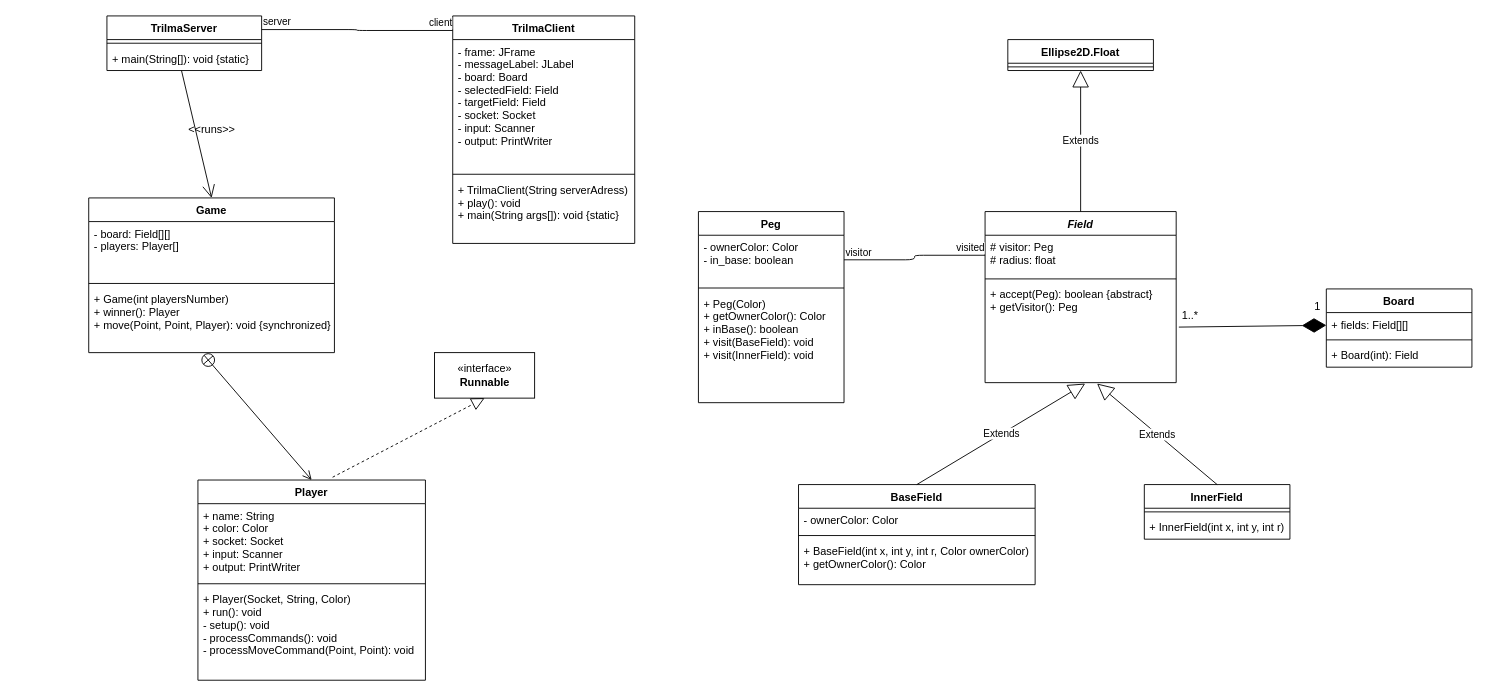
Chelkos/TP_L4-chinese-checkers keeps this draw.io diagram as class_diagram.drawio. Above is the earlier version. Source tidied: cells renumbered, new cells numbered last; positions are measured from the earlier drawing's top-left corner, leaving out a move shared by most shapes. Both pictures are drawn from the tidied source at 91%, with x=0, y=0 at pixel (88, 15).
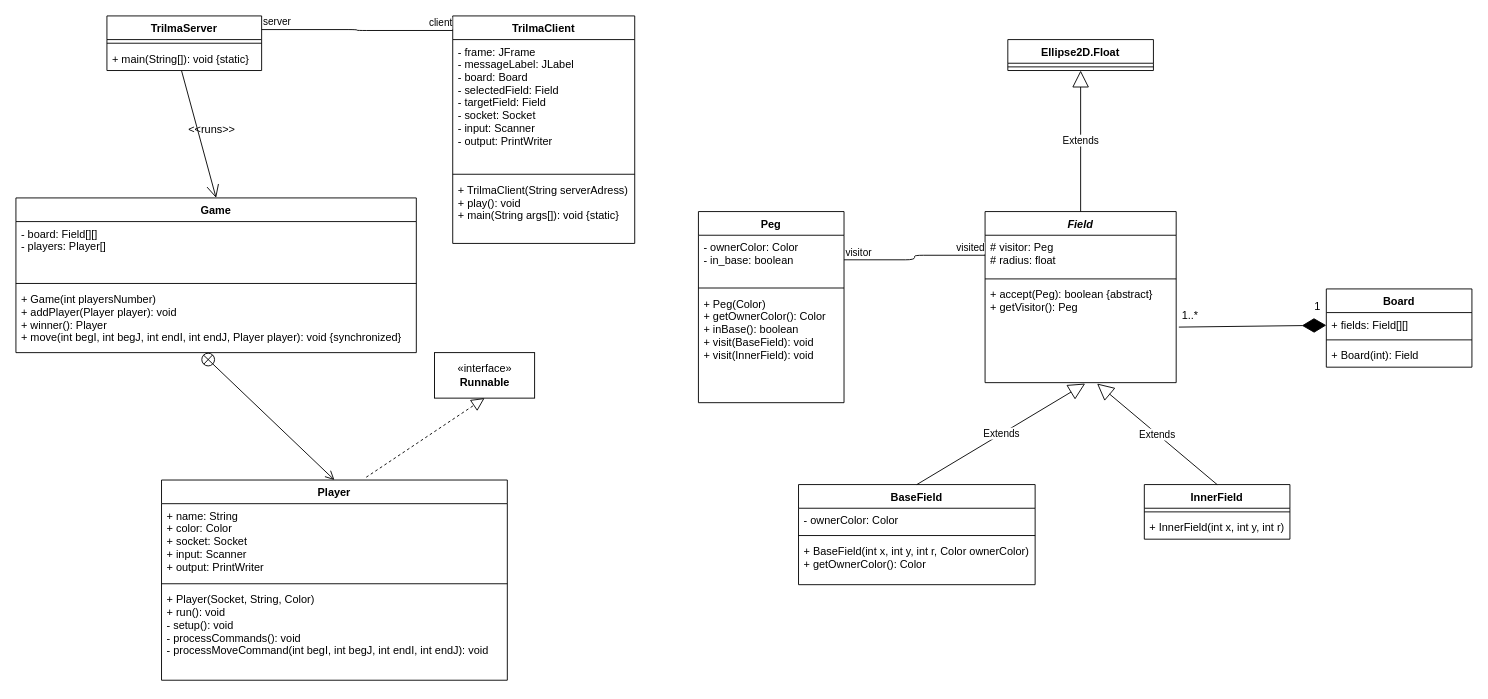
Above is the later version.

Commit message:
Minor changes in Game, Player

The edit, as a diff of the source:
```diff
@@
     <mxCell id="12" value="Player" style="swimlane;fontStyle=1;align=center;verticalAlign=top;horizontal=1;startSize=26;" parent="1" vertex="1">
-      <mxGeometry x="120" y="510" width="250" height="220" as="geometry" />
+      <mxGeometry x="80" y="510" width="380" height="220" as="geometry" />
     </mxCell>
     <mxCell id="13" value="+ name: String&#10;+ color: Color&#10;+ socket: Socket&#10;+ input: Scanner&#10;+ output: PrintWriter" style="text;strokeColor=none;fillColor=none;align=left;verticalAlign=top;spacingLeft=4;spacingRight=4;overflow=hidden;" parent="12" vertex="1">
-      <mxGeometry y="26" width="250" height="84" as="geometry" />
+      <mxGeometry y="26" width="380" height="84" as="geometry" />
     </mxCell>
     <mxCell id="14" style="line;strokeWidth=1;fillColor=none;align=left;verticalAlign=middle;spacingTop=-1;spacingLeft=3;spacingRight=3;labelPosition=right;" parent="12" vertex="1">
-      <mxGeometry y="110" width="250" height="8" as="geometry" />
+      <mxGeometry y="110" width="380" height="8" as="geometry" />
     </mxCell>
-    <mxCell id="15" value="+ Player(Socket, String, Color)&#10;+ run(): void&#10;- setup(): void&#10;- processCommands(): void&#10;- processMoveCommand(Point, Point): void" style="text;strokeColor=none;fillColor=none;align=left;verticalAlign=top;spacingLeft=4;spacingRight=4;overflow=hidden;" parent="12" vertex="1">
-      <mxGeometry y="118" width="250" height="102" as="geometry" />
+    <mxCell id="15" value="+ Player(Socket, String, Color)&#10;+ run(): void&#10;- setup(): void&#10;- processCommands(): void&#10;- processMoveCommand(int begI, int begJ, int endI, int endJ): void" style="text;strokeColor=none;fillColor=none;align=left;verticalAlign=top;spacingLeft=4;spacingRight=4;overflow=hidden;" parent="12" vertex="1">
+      <mxGeometry y="118" width="380" height="102" as="geometry" />
     </mxCell>
@@
     <mxCell id="36" value="Game" style="swimlane;fontStyle=1;align=center;verticalAlign=top;horizontal=1;startSize=26;" parent="1" vertex="1">
-      <mxGeometry y="200" width="270" height="170" as="geometry" />
+      <mxGeometry x="-80" y="200" width="440" height="170" as="geometry" />
     </mxCell>
     <mxCell id="37" value="- board: Field[][]&#10;- players: Player[]" style="text;strokeColor=none;fillColor=none;align=left;verticalAlign=top;spacingLeft=4;spacingRight=4;overflow=hidden;" parent="36" vertex="1">
-      <mxGeometry y="26" width="270" height="64" as="geometry" />
+      <mxGeometry y="26" width="440" height="64" as="geometry" />
     </mxCell>
     <mxCell id="38" style="line;strokeWidth=1;fillColor=none;align=left;verticalAlign=middle;spacingTop=-1;spacingLeft=3;spacingRight=3;labelPosition=right;" parent="36" vertex="1">
-      <mxGeometry y="90" width="270" height="8" as="geometry" />
+      <mxGeometry y="90" width="440" height="8" as="geometry" />
     </mxCell>
-    <mxCell id="39" value="+ Game(int playersNumber)&#10;+ winner(): Player&#10;+ move(Point, Point, Player): void {synchronized}" style="text;strokeColor=none;fillColor=none;align=left;verticalAlign=top;spacingLeft=4;spacingRight=4;overflow=hidden;points=[[0,0.5],[1,0.5]];portConstraint=eastwest;" parent="36" vertex="1">
-      <mxGeometry y="98" width="270" height="72" as="geometry" />
+    <mxCell id="39" value="+ Game(int playersNumber)&#10;+ addPlayer(Player player): void&#10;+ winner(): Player&#10;+ move(int begI, int begJ, int endI, int endJ, Player player): void {synchronized}" style="text;strokeColor=none;fillColor=none;align=left;verticalAlign=top;spacingLeft=4;spacingRight=4;overflow=hidden;points=[[0,0.5],[1,0.5]];portConstraint=eastwest;" parent="36" vertex="1">
+      <mxGeometry y="98" width="440" height="72" as="geometry" />
     </mxCell>
```
